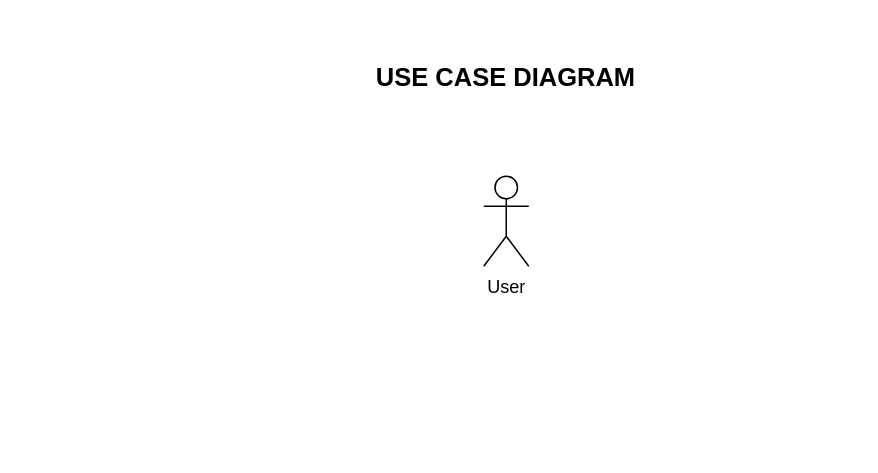
IsaacHevi/Assistive-Robotics-Arm keeps this draw.io diagram as design/Use Case Diagram.drawio. Above is the earlier version. Source tidied: cells renumbered, new cells numbered last; positions are measured from the earlier drawing's top-left corner, leaving out a move shared by most shapes. Both pictures are drawn from the tidied source at 150%, with x=0, y=0 at pixel (370, 56).
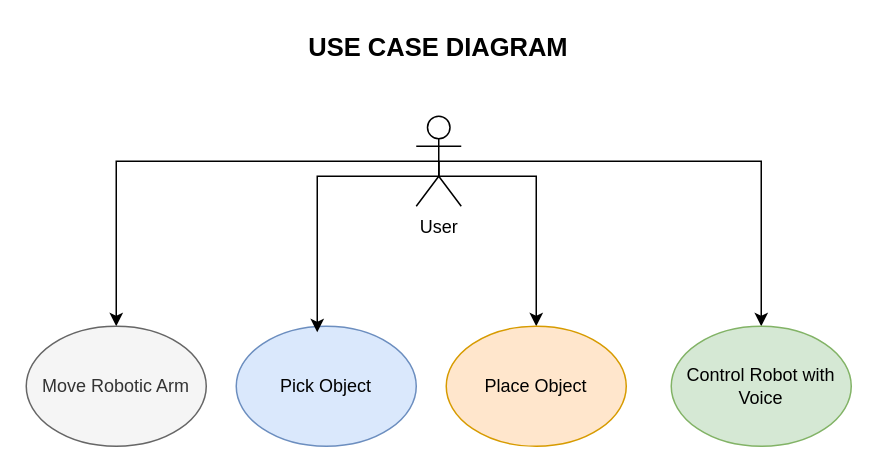
The same diagram, later.

What changed in the source:
```diff
@@
 <mxGraphModel>
   <root>
     <mxCell id="0" />
     <mxCell id="1" parent="0" />
+    <mxCell id="4" style="edgeStyle=orthogonalEdgeStyle;rounded=0;jettySize=auto;html=1;exitX=0.5;exitY=0.5;exitDx=0;exitDy=0;exitPerimeter=0;entryX=0.5;entryY=0;entryDx=0;entryDy=0;" parent="1" edge="1" source="2" target="7">
+      <mxGeometry relative="1" as="geometry" />
+    </mxCell>
+    <mxCell id="5" style="edgeStyle=orthogonalEdgeStyle;rounded=0;jettySize=auto;html=1;exitX=0.5;exitY=0.5;exitDx=0;exitDy=0;exitPerimeter=0;entryX=0.5;entryY=0;entryDx=0;entryDy=0;" parent="1" edge="1" source="2" target="10">
+      <mxGeometry relative="1" as="geometry" />
+    </mxCell>
+    <mxCell id="6" style="edgeStyle=orthogonalEdgeStyle;rounded=0;jettySize=auto;html=1;exitX=0.5;exitY=0.5;exitDx=0;exitDy=0;exitPerimeter=0;entryX=0.5;entryY=0;entryDx=0;entryDy=0;" parent="1" edge="1" source="2" target="9">
+      <mxGeometry relative="1" as="geometry">
+        <Array as="points">
+          <mxPoint x="45" y="80" />
+          <mxPoint x="110" y="80" />
+        </Array>
+      </mxGeometry>
+    </mxCell>
     <mxCell id="2" value="User" style="shape=umlActor;verticalLabelPosition=bottom;verticalAlign=top;html=1;outlineConnect=0;" parent="1" vertex="1">
-      <mxGeometry x="75" y="80" width="30" height="60" as="geometry" />
+      <mxGeometry x="30" y="40" width="30" height="60" as="geometry" />
     </mxCell>
     <mxCell id="3" value="&lt;b&gt;&lt;font style=&quot;font-size: 17px;&quot;&gt;USE CASE DIAGRAM&lt;/font&gt;&lt;/b&gt;" style="text;html=1;whiteSpace=wrap;strokeColor=none;fillColor=none;align=center;verticalAlign=middle;rounded=0;" parent="1" vertex="1">
-      <mxGeometry width="180" height="30" as="geometry" />
+      <mxGeometry x="-45" y="-20" width="180" height="30" as="geometry" />
     </mxCell>
+    <mxCell id="7" value="Move Robotic Arm" style="ellipse;whiteSpace=wrap;html=1;fillColor=#f5f5f5;fontColor=#333333;strokeColor=#666666;" parent="1" vertex="1">
+      <mxGeometry x="-230" y="180" width="120" height="80" as="geometry" />
+    </mxCell>
+    <mxCell id="8" value="Pick Object" style="ellipse;whiteSpace=wrap;html=1;fillColor=#dae8fc;strokeColor=#6c8ebf;" parent="1" vertex="1">
+      <mxGeometry x="-90" y="180" width="120" height="80" as="geometry" />
+    </mxCell>
+    <mxCell id="9" value="Place Object" style="ellipse;whiteSpace=wrap;html=1;fillColor=#ffe6cc;strokeColor=#d79b00;" parent="1" vertex="1">
+      <mxGeometry x="50" y="180" width="120" height="80" as="geometry" />
+    </mxCell>
+    <mxCell id="10" value="Control Robot with Voice" style="ellipse;whiteSpace=wrap;html=1;fillColor=#d5e8d4;strokeColor=#82b366;" parent="1" vertex="1">
+      <mxGeometry x="200" y="180" width="120" height="80" as="geometry" />
+    </mxCell>
+    <mxCell id="11" style="edgeStyle=orthogonalEdgeStyle;rounded=0;jettySize=auto;html=1;exitX=0.5;exitY=0.5;exitDx=0;exitDy=0;exitPerimeter=0;entryX=0.45;entryY=0.05;entryDx=0;entryDy=0;entryPerimeter=0;" parent="1" edge="1" source="2" target="8">
+      <mxGeometry relative="1" as="geometry">
+        <Array as="points">
+          <mxPoint x="45" y="80" />
+          <mxPoint x="-36" y="80" />
+        </Array>
+      </mxGeometry>
+    </mxCell>
   </root>
 </mxGraphModel>
```
